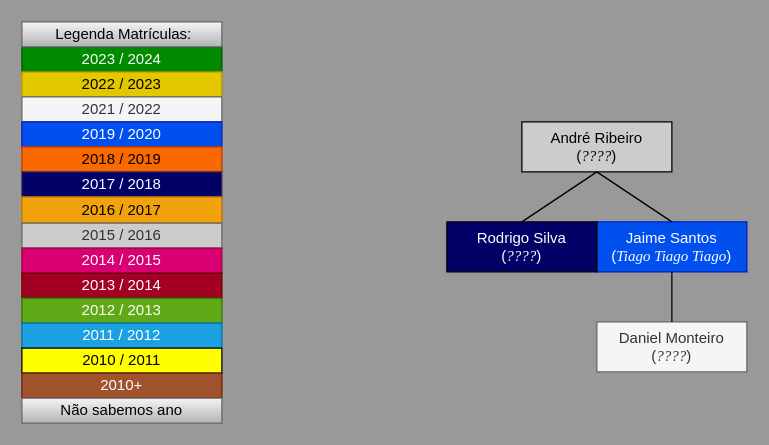
pdmtmr/PDMTMRTESTLOCATION-AKA-ARBUSTO keeps this draw.io diagram as Draw.io/Familia_do_André_Ribeiro.drawio. Above is the earlier version. Source tidied: cells renumbered, new cells numbered last; positions are measured from the earlier drawing's top-left corner, leaving out a move shared by most shapes. Both pictures are drawn from the tidied source at 125%, with x=0, y=0 at pixel (21, 21).
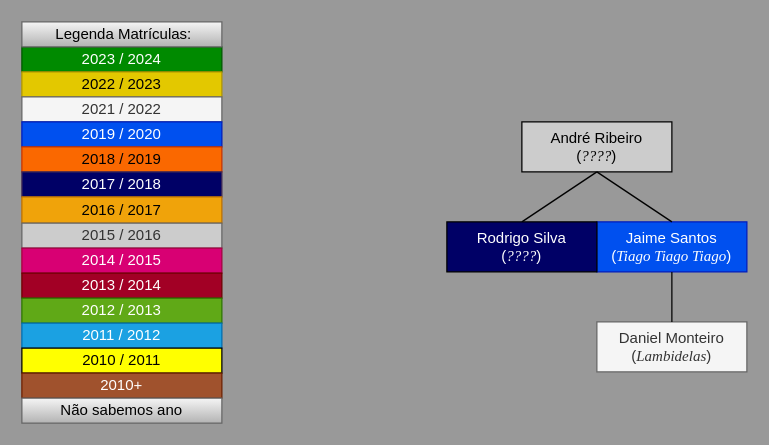
The same page after the edit.

The edit, as a diff of the source:
```diff
@@
-    <mxCell id="20" value="&lt;div&gt;&lt;span style=&quot;background-color: initial;&quot;&gt;Daniel Monteiro&lt;/span&gt;&lt;/div&gt;&lt;div&gt;&lt;span style=&quot;background-color: initial;&quot;&gt;(&lt;font face=&quot;Times New Roman&quot;&gt;&lt;i&gt;????&lt;/i&gt;&lt;/font&gt;&lt;/span&gt;&lt;span style=&quot;background-color: initial;&quot;&gt;)&lt;/span&gt;&lt;/div&gt;" style="rounded=0;whiteSpace=wrap;html=1;fillColor=#f5f5f5;fontColor=#333333;strokeColor=#666666;" parent="1" vertex="1">
+    <mxCell id="20" value="&lt;div&gt;&lt;span style=&quot;background-color: initial;&quot;&gt;Daniel Monteiro&lt;/span&gt;&lt;/div&gt;&lt;div&gt;&lt;span style=&quot;background-color: initial;&quot;&gt;(&lt;font face=&quot;Times New Roman&quot;&gt;&lt;i&gt;Lambidelas&lt;/i&gt;&lt;/font&gt;&lt;/span&gt;&lt;span style=&quot;background-color: initial;&quot;&gt;)&lt;/span&gt;&lt;/div&gt;" style="rounded=0;whiteSpace=wrap;html=1;fillColor=#f5f5f5;fontColor=#333333;strokeColor=#666666;" parent="1" vertex="1">
       <mxGeometry x="460" y="240" width="120" height="40" as="geometry" />
     </mxCell>
```
